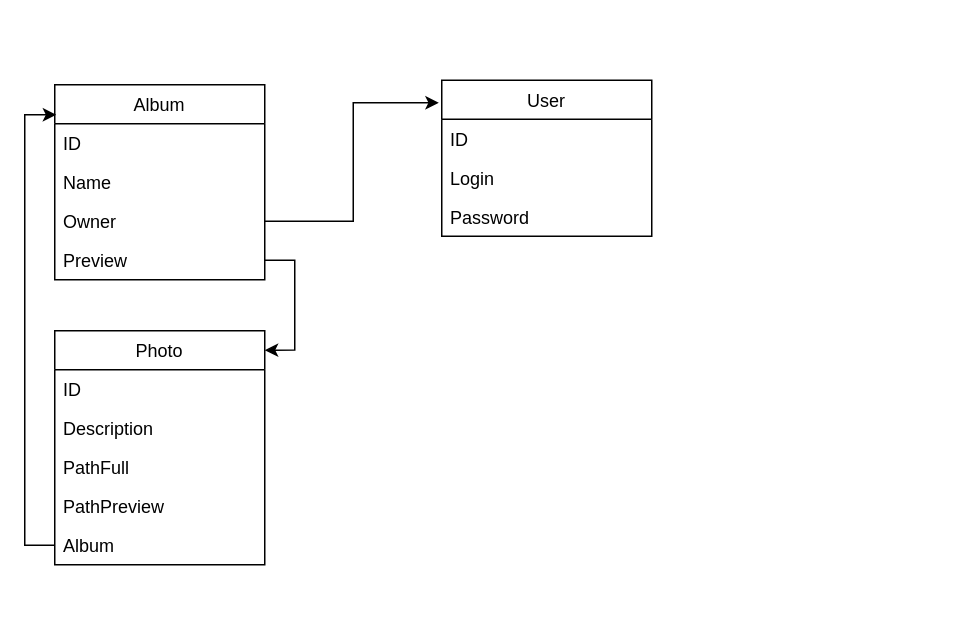
Above: page "DataBase" (1 of 3) of photocol.drawio in kolokolov-i/photocol (draw.io), before the change. Source tidied: cells renumbered, new cells numbered last; positions are measured from the earlier drawing's top-left corner, leaving out a move shared by most shapes. Both pictures are drawn from the tidied source at 150%, with x=0, y=0 at pixel (54, 80).
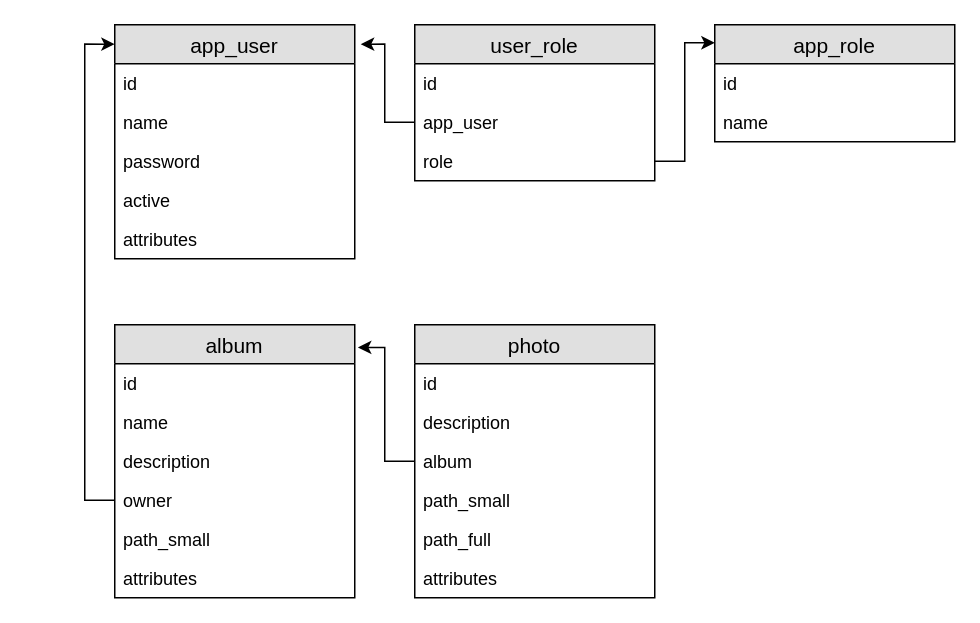
The same page after the edit.

Change to the diagram source:
```diff
@@
-    <mxCell id="2" value="Album" style="swimlane;fontStyle=0;horizontal=1;startSize=26;fillColor=none;" parent="1" vertex="1">
-      <mxGeometry y="3" width="140" height="130" as="geometry" />
-    </mxCell>
-    <mxCell id="3" value="ID" style="text;strokeColor=none;fillColor=none;align=left;verticalAlign=top;spacingLeft=4;spacingRight=4;overflow=hidden;" parent="2" vertex="1">
-      <mxGeometry y="26" width="140" height="26" as="geometry" />
-    </mxCell>
-    <mxCell id="4" value="Name" style="text;strokeColor=none;fillColor=none;align=left;verticalAlign=top;spacingLeft=4;spacingRight=4;overflow=hidden;" parent="2" vertex="1">
-      <mxGeometry y="52" width="140" height="26" as="geometry" />
-    </mxCell>
-    <mxCell id="5" value="Owner" style="text;strokeColor=none;fillColor=none;align=left;verticalAlign=top;spacingLeft=4;spacingRight=4;overflow=hidden;points=[[0,0.5],[1,0.5]];portConstraint=eastwest;" parent="2" vertex="1">
-      <mxGeometry y="78" width="140" height="26" as="geometry" />
-    </mxCell>
-    <mxCell id="6" value="Preview" style="text;strokeColor=none;fillColor=none;spacingLeft=4;spacingRight=4;overflow=hidden;points=[[0,0.5],[1,0.5]];portConstraint=eastwest;fontSize=12;" parent="2" vertex="1">
-      <mxGeometry y="104" width="140" height="26" as="geometry" />
-    </mxCell>
-    <mxCell id="7" value="User" style="swimlane;fontStyle=0;horizontal=1;startSize=26;fillColor=none;" parent="1" vertex="1">
-      <mxGeometry x="258" width="140" height="104" as="geometry" />
-    </mxCell>
-    <mxCell id="8" value="ID" style="text;strokeColor=none;fillColor=none;align=left;verticalAlign=top;spacingLeft=4;spacingRight=4;overflow=hidden;" parent="7" vertex="1">
-      <mxGeometry y="26" width="140" height="26" as="geometry" />
-    </mxCell>
-    <mxCell id="9" value="Login" style="text;strokeColor=none;fillColor=none;align=left;verticalAlign=top;spacingLeft=4;spacingRight=4;overflow=hidden;" parent="7" vertex="1">
-      <mxGeometry y="52" width="140" height="26" as="geometry" />
-    </mxCell>
-    <mxCell id="10" value="Password" style="text;strokeColor=none;fillColor=none;align=left;verticalAlign=top;spacingLeft=4;spacingRight=4;overflow=hidden;" parent="7" vertex="1">
-      <mxGeometry y="78" width="140" height="26" as="geometry" />
-    </mxCell>
-    <mxCell id="11" style="edgeStyle=orthogonalEdgeStyle;rounded=0;jettySize=auto;html=1;exitX=1;exitY=0.5;exitDx=0;exitDy=0;entryX=-0.014;entryY=0.144;entryDx=0;entryDy=0;entryPerimeter=0;" parent="1" edge="1" source="5" target="7">
-      <mxGeometry relative="1" as="geometry">
-        <Array as="points">
-          <mxPoint x="199" y="94" />
-          <mxPoint x="199" y="15" />
-        </Array>
-      </mxGeometry>
-    </mxCell>
-    <mxCell id="12" value="Photo" style="swimlane;fontStyle=0;horizontal=1;startSize=26;fillColor=none;" parent="1" vertex="1">
-      <mxGeometry y="167" width="140" height="156" as="geometry" />
-    </mxCell>
-    <mxCell id="13" value="ID" style="text;strokeColor=none;fillColor=none;align=left;verticalAlign=top;spacingLeft=4;spacingRight=4;overflow=hidden;" parent="12" vertex="1">
-      <mxGeometry y="26" width="140" height="26" as="geometry" />
-    </mxCell>
-    <mxCell id="14" value="Description" style="text;strokeColor=none;fillColor=none;align=left;verticalAlign=top;spacingLeft=4;spacingRight=4;overflow=hidden;" parent="12" vertex="1">
-      <mxGeometry y="52" width="140" height="26" as="geometry" />
-    </mxCell>
-    <mxCell id="15" value="PathFull" style="text;strokeColor=none;fillColor=none;align=left;verticalAlign=top;spacingLeft=4;spacingRight=4;overflow=hidden;" parent="12" vertex="1">
-      <mxGeometry y="78" width="140" height="26" as="geometry" />
-    </mxCell>
-    <mxCell id="16" value="PathPreview" style="text;strokeColor=none;fillColor=none;align=left;verticalAlign=top;spacingLeft=4;spacingRight=4;overflow=hidden;" parent="12" vertex="1">
-      <mxGeometry y="104" width="140" height="26" as="geometry" />
-    </mxCell>
-    <mxCell id="17" value="Album" style="text;strokeColor=none;fillColor=none;align=left;verticalAlign=top;spacingLeft=4;spacingRight=4;overflow=hidden;points=[[0,0.5],[1,0.5]];portConstraint=eastwest;" parent="12" vertex="1">
-      <mxGeometry y="130" width="140" height="26" as="geometry" />
-    </mxCell>
-    <mxCell id="18" style="edgeStyle=orthogonalEdgeStyle;rounded=0;jettySize=auto;html=1;exitX=0;exitY=0.5;exitDx=0;exitDy=0;entryX=0.007;entryY=0.154;entryDx=0;entryDy=0;entryPerimeter=0;" parent="1" edge="1" source="17" target="2">
-      <mxGeometry relative="1" as="geometry" />
-    </mxCell>
-    <mxCell id="19" style="edgeStyle=orthogonalEdgeStyle;rounded=0;jettySize=auto;html=1;exitX=1;exitY=0.5;exitDx=0;exitDy=0;entryX=1;entryY=0.083;entryDx=0;entryDy=0;entryPerimeter=0;fontSize=16;" parent="1" edge="1" source="6" target="12">
-      <mxGeometry relative="1" as="geometry" />
-    </mxCell>
+    <mxCell id="20" value="app_user" style="swimlane;fontStyle=0;horizontal=1;startSize=26;fillColor=#e0e0e0;swimlaneFillColor=#ffffff;align=center;fontSize=14;" parent="1" vertex="1">
+      <mxGeometry x="40" y="-37" width="160" height="156" as="geometry" />
+    </mxCell>
+    <mxCell id="21" value="id" style="text;strokeColor=none;fillColor=none;spacingLeft=4;spacingRight=4;overflow=hidden;fontSize=12;" parent="20" vertex="1">
+      <mxGeometry y="26" width="160" height="26" as="geometry" />
+    </mxCell>
+    <mxCell id="22" value="name" style="text;strokeColor=none;fillColor=none;spacingLeft=4;spacingRight=4;overflow=hidden;fontSize=12;" parent="20" vertex="1">
+      <mxGeometry y="52" width="160" height="26" as="geometry" />
+    </mxCell>
+    <mxCell id="23" value="password" style="text;strokeColor=none;fillColor=none;spacingLeft=4;spacingRight=4;overflow=hidden;fontSize=12;" parent="20" vertex="1">
+      <mxGeometry y="78" width="160" height="26" as="geometry" />
+    </mxCell>
+    <mxCell id="24" value="active" style="text;strokeColor=none;fillColor=none;spacingLeft=4;spacingRight=4;overflow=hidden;fontSize=12;" parent="20" vertex="1">
+      <mxGeometry y="104" width="160" height="26" as="geometry" />
+    </mxCell>
+    <mxCell id="25" value="attributes" style="text;strokeColor=none;fillColor=none;spacingLeft=4;spacingRight=4;overflow=hidden;fontSize=12;" parent="20" vertex="1">
+      <mxGeometry y="130" width="160" height="26" as="geometry" />
+    </mxCell>
+    <mxCell id="26" value="app_role" style="swimlane;fontStyle=0;horizontal=1;startSize=26;fillColor=#e0e0e0;swimlaneFillColor=#ffffff;align=center;fontSize=14;" parent="1" vertex="1">
+      <mxGeometry x="440" y="-37" width="160" height="78" as="geometry" />
+    </mxCell>
+    <mxCell id="27" value="id" style="text;strokeColor=none;fillColor=none;spacingLeft=4;spacingRight=4;overflow=hidden;fontSize=12;" parent="26" vertex="1">
+      <mxGeometry y="26" width="160" height="26" as="geometry" />
+    </mxCell>
+    <mxCell id="28" value="name" style="text;strokeColor=none;fillColor=none;spacingLeft=4;spacingRight=4;overflow=hidden;fontSize=12;" parent="26" vertex="1">
+      <mxGeometry y="52" width="160" height="26" as="geometry" />
+    </mxCell>
+    <mxCell id="29" value="user_role" style="swimlane;fontStyle=0;horizontal=1;startSize=26;fillColor=#e0e0e0;swimlaneFillColor=#ffffff;align=center;fontSize=14;" parent="1" vertex="1">
+      <mxGeometry x="240" y="-37" width="160" height="104" as="geometry" />
+    </mxCell>
+    <mxCell id="30" value="id" style="text;strokeColor=none;fillColor=none;spacingLeft=4;spacingRight=4;overflow=hidden;fontSize=12;" parent="29" vertex="1">
+      <mxGeometry y="26" width="160" height="26" as="geometry" />
+    </mxCell>
+    <mxCell id="31" value="app_user" style="text;strokeColor=none;fillColor=none;spacingLeft=4;spacingRight=4;overflow=hidden;points=[[0,0.5],[1,0.5]];portConstraint=eastwest;fontSize=12;" parent="29" vertex="1">
+      <mxGeometry y="52" width="160" height="26" as="geometry" />
+    </mxCell>
+    <mxCell id="32" value="role" style="text;strokeColor=none;fillColor=none;spacingLeft=4;spacingRight=4;overflow=hidden;points=[[0,0.5],[1,0.5]];portConstraint=eastwest;fontSize=12;" parent="29" vertex="1">
+      <mxGeometry y="78" width="160" height="26" as="geometry" />
+    </mxCell>
+    <mxCell id="33" style="edgeStyle=orthogonalEdgeStyle;rounded=0;jettySize=auto;html=1;exitX=1;exitY=0.5;exitDx=0;exitDy=0;entryX=0;entryY=0.154;entryDx=0;entryDy=0;entryPerimeter=0;" parent="1" edge="1" source="32" target="26">
+      <mxGeometry relative="1" as="geometry" />
+    </mxCell>
+    <mxCell id="34" style="edgeStyle=orthogonalEdgeStyle;rounded=0;jettySize=auto;html=1;exitX=0;exitY=0.5;exitDx=0;exitDy=0;entryX=1.025;entryY=0.083;entryDx=0;entryDy=0;entryPerimeter=0;" parent="1" edge="1" source="31" target="20">
+      <mxGeometry relative="1" as="geometry" />
+    </mxCell>
+    <mxCell id="35" value="album" style="swimlane;fontStyle=0;horizontal=1;startSize=26;fillColor=#e0e0e0;swimlaneFillColor=#ffffff;align=center;fontSize=14;" parent="1" vertex="1">
+      <mxGeometry x="40" y="163" width="160" height="182" as="geometry" />
+    </mxCell>
+    <mxCell id="36" value="id" style="text;strokeColor=none;fillColor=none;spacingLeft=4;spacingRight=4;overflow=hidden;fontSize=12;" parent="35" vertex="1">
+      <mxGeometry y="26" width="160" height="26" as="geometry" />
+    </mxCell>
+    <mxCell id="37" value="name" style="text;strokeColor=none;fillColor=none;spacingLeft=4;spacingRight=4;overflow=hidden;fontSize=12;" parent="35" vertex="1">
+      <mxGeometry y="52" width="160" height="26" as="geometry" />
+    </mxCell>
+    <mxCell id="38" value="description" style="text;strokeColor=none;fillColor=none;spacingLeft=4;spacingRight=4;overflow=hidden;fontSize=12;" parent="35" vertex="1">
+      <mxGeometry y="78" width="160" height="26" as="geometry" />
+    </mxCell>
+    <mxCell id="39" value="owner" style="text;strokeColor=none;fillColor=none;spacingLeft=4;spacingRight=4;overflow=hidden;points=[[0,0.5],[1,0.5]];portConstraint=eastwest;fontSize=12;" parent="35" vertex="1">
+      <mxGeometry y="104" width="160" height="26" as="geometry" />
+    </mxCell>
+    <mxCell id="40" value="path_small" style="text;strokeColor=none;fillColor=none;spacingLeft=4;spacingRight=4;overflow=hidden;fontSize=12;" parent="35" vertex="1">
+      <mxGeometry y="130" width="160" height="26" as="geometry" />
+    </mxCell>
+    <mxCell id="41" value="attributes" style="text;strokeColor=none;fillColor=none;spacingLeft=4;spacingRight=4;overflow=hidden;fontSize=12;" parent="35" vertex="1">
+      <mxGeometry y="156" width="160" height="26" as="geometry" />
+    </mxCell>
+    <mxCell id="42" style="edgeStyle=orthogonalEdgeStyle;rounded=0;jettySize=auto;html=1;exitX=0;exitY=0.5;exitDx=0;exitDy=0;entryX=0;entryY=0.083;entryDx=0;entryDy=0;entryPerimeter=0;" parent="1" edge="1" source="39" target="20">
+      <mxGeometry relative="1" as="geometry" />
+    </mxCell>
+    <mxCell id="43" value="photo" style="swimlane;fontStyle=0;horizontal=1;startSize=26;fillColor=#e0e0e0;swimlaneFillColor=#ffffff;align=center;fontSize=14;" parent="1" vertex="1">
+      <mxGeometry x="240" y="163" width="160" height="182" as="geometry" />
+    </mxCell>
+    <mxCell id="44" value="id" style="text;strokeColor=none;fillColor=none;spacingLeft=4;spacingRight=4;overflow=hidden;fontSize=12;" parent="43" vertex="1">
+      <mxGeometry y="26" width="160" height="26" as="geometry" />
+    </mxCell>
+    <mxCell id="45" value="description" style="text;strokeColor=none;fillColor=none;spacingLeft=4;spacingRight=4;overflow=hidden;fontSize=12;" parent="43" vertex="1">
+      <mxGeometry y="52" width="160" height="26" as="geometry" />
+    </mxCell>
+    <mxCell id="46" value="album" style="text;strokeColor=none;fillColor=none;spacingLeft=4;spacingRight=4;overflow=hidden;points=[[0,0.5],[1,0.5]];portConstraint=eastwest;fontSize=12;" parent="43" vertex="1">
+      <mxGeometry y="78" width="160" height="26" as="geometry" />
+    </mxCell>
+    <mxCell id="47" value="path_small" style="text;strokeColor=none;fillColor=none;spacingLeft=4;spacingRight=4;overflow=hidden;fontSize=12;" parent="43" vertex="1">
+      <mxGeometry y="104" width="160" height="26" as="geometry" />
+    </mxCell>
+    <mxCell id="48" value="path_full" style="text;strokeColor=none;fillColor=none;spacingLeft=4;spacingRight=4;overflow=hidden;fontSize=12;" parent="43" vertex="1">
+      <mxGeometry y="130" width="160" height="26" as="geometry" />
+    </mxCell>
+    <mxCell id="49" value="attributes" style="text;strokeColor=none;fillColor=none;spacingLeft=4;spacingRight=4;overflow=hidden;fontSize=12;" parent="43" vertex="1">
+      <mxGeometry y="156" width="160" height="26" as="geometry" />
+    </mxCell>
+    <mxCell id="50" style="edgeStyle=orthogonalEdgeStyle;rounded=0;jettySize=auto;html=1;exitX=0;exitY=0.5;exitDx=0;exitDy=0;entryX=1.013;entryY=0.083;entryDx=0;entryDy=0;entryPerimeter=0;" parent="1" edge="1" source="46" target="35">
+      <mxGeometry relative="1" as="geometry" />
+    </mxCell>
```
